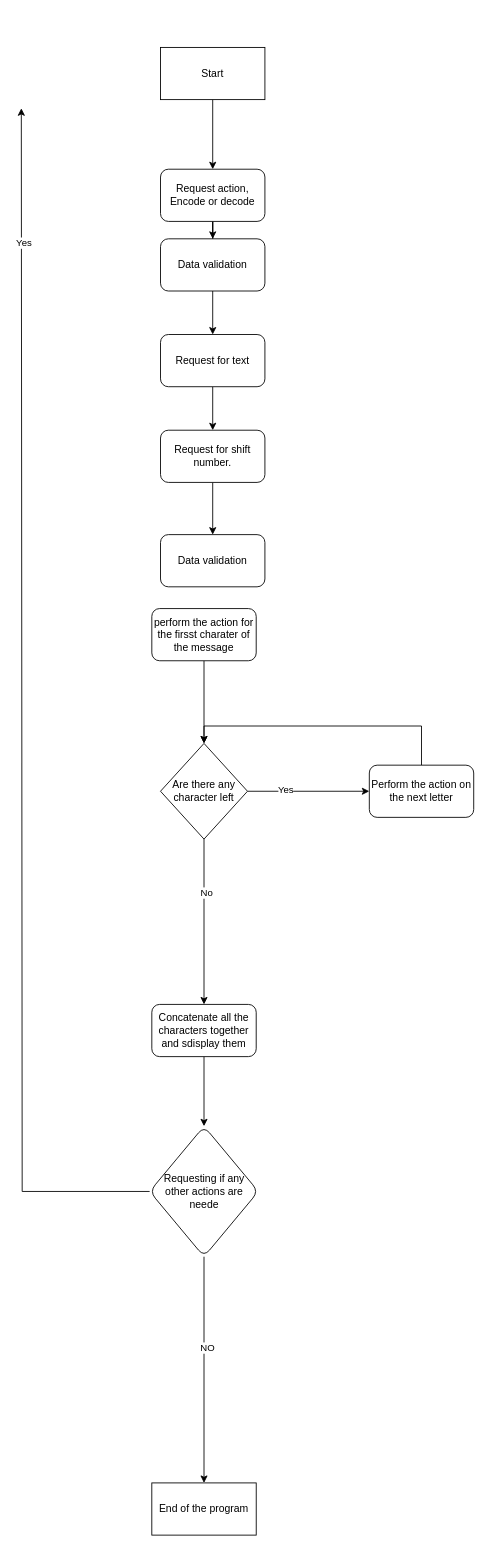
The draw.io diagram Ceaser cipher.drawio in Phil-Sipec/100-days-Python, before the edit. Source tidied: cells renumbered, new cells numbered last; positions are measured from the earlier drawing's top-left corner, leaving out a move shared by most shapes. Both pictures are drawn from the tidied source at 87%, with x=0, y=0 at pixel (21, 47).
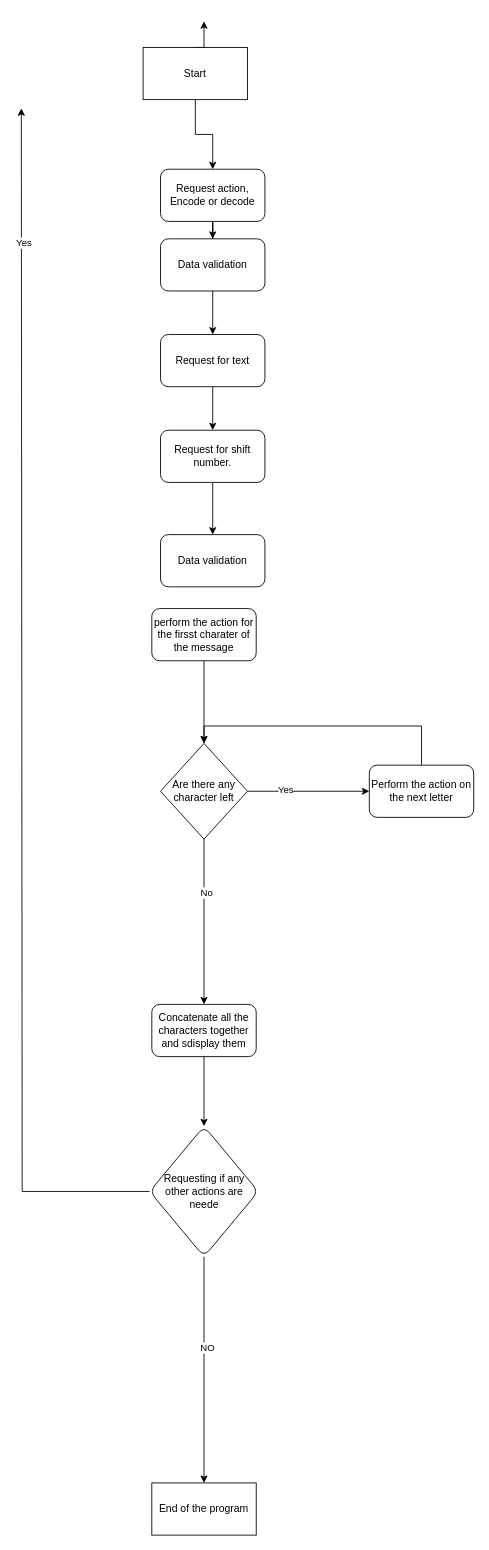
After the change.

Diff of the diagram source:
```diff
@@
+    <mxCell id="30" style="edgeStyle=orthogonalEdgeStyle;rounded=0;jettySize=auto;html=1;exitX=0.5;exitY=0;exitDx=0;exitDy=0;" parent="1" edge="1" source="3">
+      <mxGeometry relative="1" as="geometry">
+        <mxPoint x="210" y="-30" as="targetPoint" />
+      </mxGeometry>
+    </mxCell>
     <mxCell id="3" value="Start" style="rounded=0;whiteSpace=wrap;html=1;" parent="1" vertex="1">
-      <mxGeometry x="160" width="120" height="60" as="geometry" />
+      <mxGeometry x="140" width="120" height="60" as="geometry" />
     </mxCell>
```
